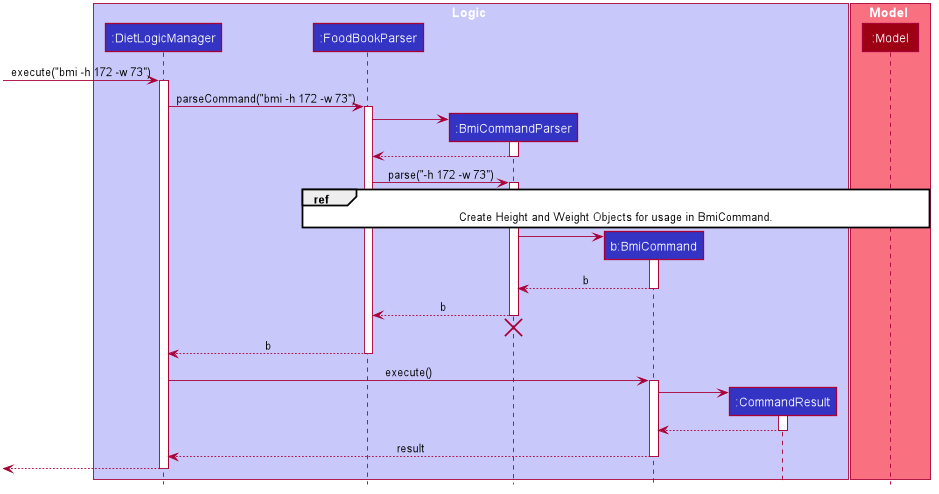
This is images/DietTrackerBmiCommandSequenceDiagram.png from AY1920S2-CS2103T-W13-1/main, a PlantUML export, as it was before one commit. The source it was exported from:
```plantuml
@startuml









skinparam BackgroundColor #FFFFFFF

skinparam Shadowing false

skinparam Class {
    FontColor #FFFFFF
    BorderThickness 1
    BorderColor #FFFFFF
    StereotypeFontColor #FFFFFF
    FontName Arial
}

skinparam Actor {
    BorderColor #000000
    Color #000000
    FontName Arial
}

skinparam Sequence {
    MessageAlign center
    BoxFontSize 15
    BoxPadding 0
    BoxFontColor #FFFFFF
    FontName Arial
}

skinparam Participant {
    FontColor #FFFFFFF
    Padding 20
}

skinparam MinClassWidth 50
skinparam ParticipantPadding 10
skinparam Shadowing false
skinparam DefaultTextAlignment center
skinparam packageStyle Rectangle

hide footbox
hide members
hide circle

box Logic #C8C8FA
participant ":DietLogicManager" as LogicManager #3333C4
participant ":FoodBookParser" as FoodBookParser #3333C4
participant ":BmiCommandParser" as BmiCommandParser #3333C4
participant "b:BmiCommand" as BmiCommand #3333C4
participant ":CommandResult" as CommandResult #3333C4
end box

box Model #F97181
participant ":Model" as Model #9D0012
end box

[-> LogicManager : execute("bmi -h 172 -w 73")
activate LogicManager

LogicManager -> FoodBookParser : parseCommand("bmi -h 172 -w 73")
activate FoodBookParser

create BmiCommandParser
FoodBookParser -> BmiCommandParser
activate BmiCommandParser

BmiCommandParser --> FoodBookParser
deactivate BmiCommandParser

FoodBookParser -> BmiCommandParser : parse("-h 172 -w 73")
activate BmiCommandParser

ref over FoodBookParser, Model : Create Height and Weight Objects for usage in BmiCommand.

create BmiCommand
BmiCommandParser -> BmiCommand
activate BmiCommand

BmiCommand --> BmiCommandParser : b
deactivate BmiCommand

BmiCommandParser --> FoodBookParser : b
deactivate BmiCommandParser
BmiCommandParser -[hidden]-> FoodBookParser
destroy BmiCommandParser

FoodBookParser --> LogicManager : b
deactivate FoodBookParser

LogicManager -> BmiCommand : execute()
activate BmiCommand

create CommandResult
BmiCommand -> CommandResult
activate CommandResult

CommandResult --> BmiCommand
deactivate CommandResult

BmiCommand --> LogicManager : result
deactivate BmiCommand

[<--LogicManager
deactivate LogicManager
@enduml
```
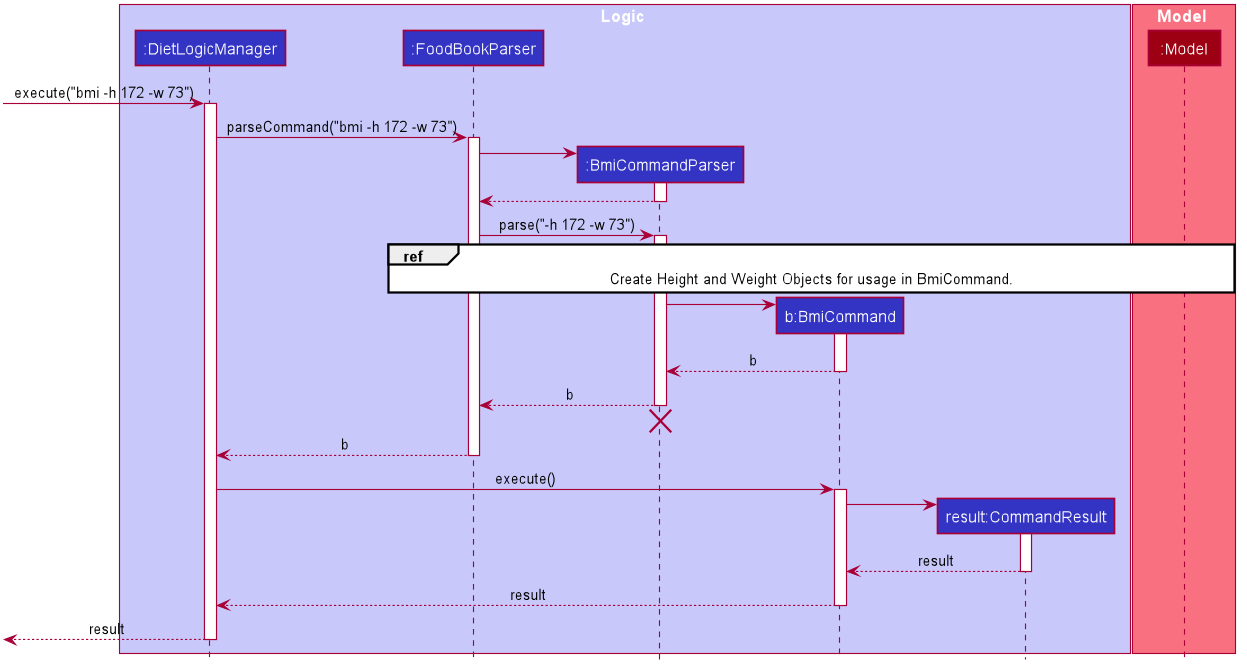
After the change.

Change to the diagram source:
```diff
@@ -54,7 +54,7 @@
 participant ":FoodBookParser" as FoodBookParser #3333C4
 participant ":BmiCommandParser" as BmiCommandParser #3333C4
 participant "b:BmiCommand" as BmiCommand #3333C4
-participant ":CommandResult" as CommandResult #3333C4
+participant "result:CommandResult" as CommandResult #3333C4
 end box
 
 box Model #F97181
@@ -101,12 +101,12 @@
 BmiCommand -> CommandResult
 activate CommandResult
 
-CommandResult --> BmiCommand
+CommandResult --> BmiCommand : result
 deactivate CommandResult
 
 BmiCommand --> LogicManager : result
 deactivate BmiCommand
 
-[<--LogicManager
+[<--LogicManager : result
 deactivate LogicManager
 @enduml
```
